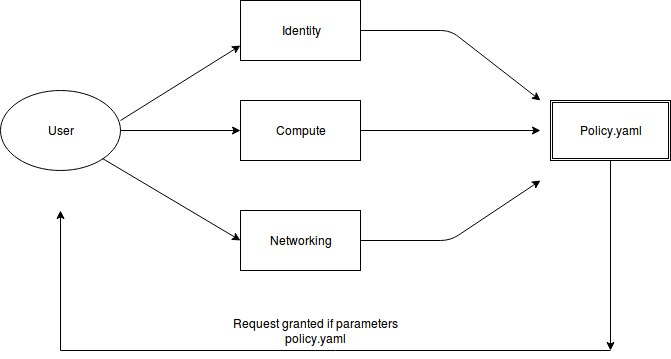
The draw.io diagram oslo_policy_diagram.png in cbest47/Oslo.policy, before a commit. Source tidied: cells renumbered, new cells last; positions are measured from the earlier drawing's top-left corner, leaving out a move shared by most shapes.
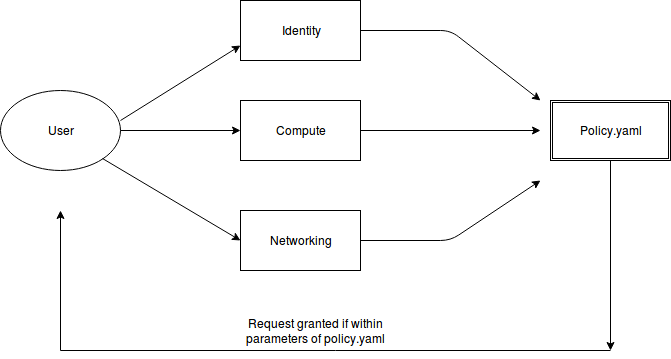
After the change.

The edit, as a diff of the source:
```diff
@@ -66,7 +66,7 @@
         <mxPoint x="610" y="350" as="targetPoint" />
       </mxGeometry>
     </mxCell>
-    <mxCell id="16" value="Request granted if parameters policy.yaml " style="text;html=1;strokeColor=none;fillColor=none;align=center;verticalAlign=middle;whiteSpace=wrap;rounded=0;" parent="1" vertex="1">
+    <mxCell id="16" value="Request granted if within parameters of policy.yaml " style="text;html=1;strokeColor=none;fillColor=none;align=center;verticalAlign=middle;whiteSpace=wrap;rounded=0;" parent="1" vertex="1">
       <mxGeometry x="220" y="320" width="190" height="20" as="geometry" />
     </mxCell>
   </root>
```
